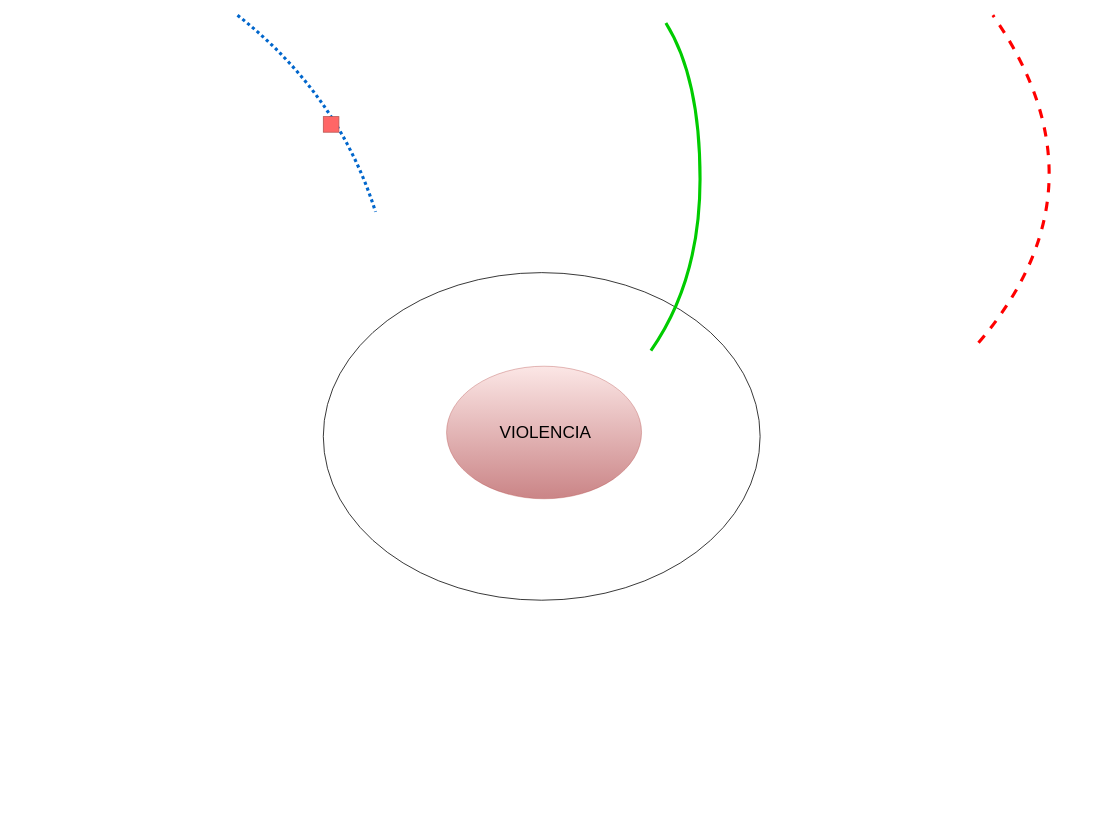
The draw.io diagram Diagrama sin título.drawio in GustavoRoAn/indicadores_de_violencia, before the edit. Source tidied: cells renumbered, new cells numbered last; positions are measured from the earlier drawing's top-left corner, leaving out a move shared by most shapes. Both pictures are drawn from the tidied source at 78%, with x=0, y=0 at pixel (237, 15).
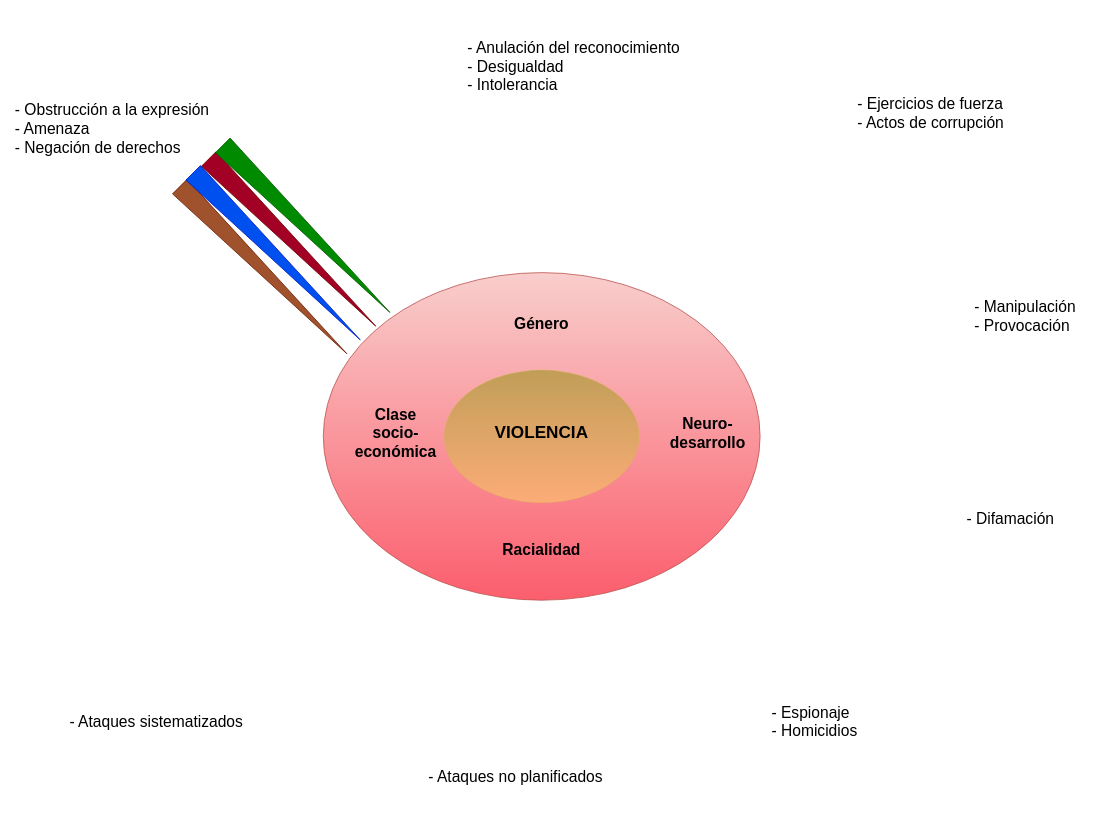
The same page after the edit.

What changed in the source:
```diff
@@
-    <mxCell id="2" style="ellipse;whiteSpace=wrap;html=1;" parent="1" vertex="1">
+    <mxCell id="2" style="ellipse;whiteSpace=wrap;html=1;fillColor=#f8cecc;strokeColor=#b85450;gradientColor=#fb5e6d;" parent="1" vertex="1">
       <mxGeometry x="110" y="330" width="560" height="420" as="geometry" />
     </mxCell>
+    <mxCell id="9" style="group;rotation=90;" parent="1" vertex="1">
+      <mxGeometry x="-53.2" y="163.8" width="288.9" height="280" as="geometry" />
+    </mxCell>
+    <mxCell id="10" style="triangle;whiteSpace=wrap;html=1;rotation=45;fillColor=#a0522d;fontColor=#ffffff;strokeColor=#6D1F00;" parent="9" vertex="1">
+      <mxGeometry x="-65.2" y="149.9" width="302.9" height="26.3" as="geometry" />
+    </mxCell>
+    <mxCell id="11" style="triangle;whiteSpace=wrap;html=1;rotation=45;fillColor=#a20025;fontColor=#ffffff;strokeColor=#6F0000;" parent="9" vertex="1">
+      <mxGeometry x="-28.1" y="114.6" width="302.9" height="26.3" as="geometry" />
+    </mxCell>
+    <mxCell id="12" style="triangle;whiteSpace=wrap;html=1;rotation=45;fillColor=#0050ef;fontColor=#ffffff;strokeColor=#001DBC;" parent="9" vertex="1">
+      <mxGeometry x="-48" y="132.2" width="302.9" height="26.3" as="geometry" />
+    </mxCell>
+    <mxCell id="13" style="triangle;whiteSpace=wrap;html=1;rotation=45;fillColor=#008a00;fontColor=#ffffff;strokeColor=#005700;" parent="9" vertex="1">
+      <mxGeometry x="-10" y="97" width="302.9" height="26.3" as="geometry" />
+    </mxCell>
+    <mxCell id="14" style="group;" parent="1" vertex="1">
+      <mxGeometry x="173" y="380" width="460" height="320" as="geometry" />
+    </mxCell>
-    <mxCell id="3" style="ellipse;whiteSpace=wrap;rounded=0;shadow=0;strokeWidth=1;fillColor=#f8cecc;fontSize=24;align=center;strokeColor=#b85450;opacity=50;fillStyle=auto;gradientColor=#960B0F;html=1;" parent="1" vertex="1">
-      <mxGeometry x="268" y="450" width="250" height="170" as="geometry" />
+    <mxCell id="3" style="ellipse;whiteSpace=wrap;rounded=0;shadow=0;strokeWidth=1;fillColor=#ffd964;fontSize=24;align=center;strokeColor=#d6b656;opacity=50;fillStyle=auto;html=1;gradientColor=#888f01;gradientDirection=north;" parent="14" vertex="1">
+      <mxGeometry x="92" y="75" width="250" height="170" as="geometry" />
     </mxCell>
-    <mxCell id="4" style="edgeStyle=none;curved=1;html=1;endArrow=none;endFill=0;strokeColor=#0066CC;strokeWidth=4;fontSize=24;dashed=1;dashPattern=1 1;" parent="1" edge="1">
-      <mxGeometry relative="1" as="geometry">
-        <mxPoint as="sourcePoint" />
-        <mxPoint x="176.9" y="252.1" as="targetPoint" />
-        <Array as="points">
-          <mxPoint x="130" y="102.1" />
-        </Array>
-      </mxGeometry>
-    </mxCell>
-    <mxCell id="5" style="whiteSpace=wrap;html=1;rounded=0;shadow=0;strokeWidth=1;fillColor=#FF6666;fontSize=24;align=right;strokeColor=#b85450;" parent="1" vertex="1">
-      <mxGeometry x="110" y="130" width="20" height="20" as="geometry" />
-    </mxCell>
-    <mxCell id="6" style="edgeStyle=none;curved=1;html=1;endArrow=none;endFill=0;strokeColor=#FF0000;strokeWidth=4;fontSize=24;dashed=1;" parent="1" edge="1">
-      <mxGeometry relative="1" as="geometry">
-        <mxPoint x="950" y="420" as="sourcePoint" />
-        <mxPoint x="968.4" as="targetPoint" />
-        <Array as="points">
-          <mxPoint x="1121.4" y="220" />
-        </Array>
-      </mxGeometry>
-    </mxCell>
-    <mxCell id="7" style="curved=1;endArrow=none;html=1;fontSize=24;fontColor=#000000;endFill=0;strokeWidth=4;strokeColor=#00CC00;" parent="1" edge="1">
-      <mxGeometry relative="1" as="geometry">
-        <mxPoint x="549.2" y="10" as="sourcePoint" />
-        <mxPoint x="530" y="430" as="targetPoint" />
-        <Array as="points">
-          <mxPoint x="593" y="80" />
-          <mxPoint x="593" y="340" />
-        </Array>
-      </mxGeometry>
-    </mxCell>
-    <mxCell id="8" value="&lt;font style=&quot;font-size: 22px;&quot;&gt;VIOLENCIA&lt;/font&gt;" style="text;strokeColor=none;align=center;fillColor=none;html=1;verticalAlign=middle;whiteSpace=wrap;rounded=0;fontSize=35;" parent="1" vertex="1">
-      <mxGeometry x="220" y="400" width="350" height="260" as="geometry" />
+    <mxCell id="8" value="&lt;font style=&quot;font-size: 22px;&quot;&gt;VIOLENCIA&lt;/font&gt;" style="text;strokeColor=none;align=center;fillColor=none;html=1;verticalAlign=middle;whiteSpace=wrap;rounded=0;fontSize=35;fontStyle=1;" parent="14" vertex="1">
+      <mxGeometry x="142" y="90" width="150" height="120" as="geometry" />
     </mxCell>
+    <mxCell id="15" value="&lt;font style=&quot;font-size: 20px;&quot;&gt;Género&lt;/font&gt;" style="text;strokeColor=none;align=center;fillColor=none;html=1;verticalAlign=middle;whiteSpace=wrap;rounded=0;fontStyle=1;" parent="14" vertex="1">
+      <mxGeometry x="187" width="60" height="30" as="geometry" />
+    </mxCell>
+    <mxCell id="16" value="&lt;font style=&quot;font-size: 20px;&quot;&gt;Racialidad&lt;/font&gt;" style="text;strokeColor=none;align=center;fillColor=none;html=1;verticalAlign=middle;whiteSpace=wrap;rounded=0;fontStyle=1;" parent="14" vertex="1">
+      <mxGeometry x="187" y="290" width="60" height="30" as="geometry" />
+    </mxCell>
+    <mxCell id="17" value="&lt;font style=&quot;font-size: 20px;&quot;&gt;Neuro-desarrollo&lt;/font&gt;" style="text;strokeColor=none;align=center;fillColor=none;html=1;verticalAlign=middle;whiteSpace=wrap;rounded=0;fontStyle=1;" parent="14" vertex="1">
+      <mxGeometry x="400" y="140" width="60" height="30" as="geometry" />
+    </mxCell>
+    <mxCell id="18" value="&lt;font style=&quot;font-size: 20px;&quot;&gt;Clase&lt;br&gt;socio-económica&lt;br&gt;&lt;/font&gt;" style="text;strokeColor=none;align=center;fillColor=none;html=1;verticalAlign=middle;whiteSpace=wrap;rounded=0;fontStyle=1;" parent="14" vertex="1">
+      <mxGeometry y="120" width="60" height="70" as="geometry" />
+    </mxCell>
+    <mxCell id="19" value="&lt;div align=&quot;left&quot;&gt;&lt;font style=&quot;font-size: 20px;&quot;&gt;- Obstrucción a la expresión&lt;/font&gt;&lt;/div&gt;&lt;div align=&quot;left&quot;&gt;&lt;font style=&quot;font-size: 20px;&quot;&gt;- Amenaza&lt;/font&gt;&lt;/div&gt;&lt;div align=&quot;left&quot;&gt;&lt;font style=&quot;font-size: 20px;&quot;&gt;- Negación de derechos&lt;br&gt;&lt;/font&gt;&lt;/div&gt;" style="text;strokeColor=none;align=left;fillColor=none;html=1;verticalAlign=middle;whiteSpace=wrap;rounded=0;fontSize=12;fontFamily=Helvetica;fontColor=default;" parent="1" vertex="1">
+      <mxGeometry x="-287" y="90" width="270" height="110" as="geometry" />
+    </mxCell>
+    <mxCell id="20" value="&lt;font style=&quot;font-size: 20px;&quot;&gt;- Anulación del reconocimiento&lt;/font&gt;&lt;div align=&quot;left&quot;&gt;&lt;font style=&quot;font-size: 20px;&quot;&gt;- Desigualdad&lt;/font&gt;&lt;/div&gt;&lt;div align=&quot;left&quot;&gt;&lt;font style=&quot;font-size: 20px;&quot;&gt;- Intolerancia&lt;br&gt;&lt;/font&gt;&lt;/div&gt;" style="text;strokeColor=none;align=left;fillColor=none;html=1;verticalAlign=middle;whiteSpace=wrap;rounded=0;fontSize=12;fontFamily=Helvetica;fontColor=default;" parent="1" vertex="1">
+      <mxGeometry x="293" y="10" width="320" height="110" as="geometry" />
+    </mxCell>
+    <mxCell id="21" value="&lt;div align=&quot;left&quot;&gt;&lt;font style=&quot;font-size: 20px;&quot;&gt;- Ejercicios de fuerza&lt;/font&gt;&lt;/div&gt;&lt;div align=&quot;left&quot;&gt;&lt;font style=&quot;font-size: 20px;&quot;&gt;- Actos de corrupción&lt;br&gt;&lt;/font&gt;&lt;/div&gt;" style="text;strokeColor=none;align=left;fillColor=none;html=1;verticalAlign=middle;whiteSpace=wrap;rounded=0;fontSize=12;fontFamily=Helvetica;fontColor=default;" parent="1" vertex="1">
+      <mxGeometry x="793" y="70" width="270" height="110" as="geometry" />
+    </mxCell>
+    <mxCell id="22" value="&lt;div align=&quot;left&quot;&gt;&lt;font style=&quot;font-size: 20px;&quot;&gt;- Manipulación&lt;/font&gt;&lt;/div&gt;&lt;div align=&quot;left&quot;&gt;&lt;font style=&quot;font-size: 20px;&quot;&gt;- Provocación&lt;br&gt;&lt;/font&gt;&lt;/div&gt;" style="text;strokeColor=none;align=left;fillColor=none;html=1;verticalAlign=middle;whiteSpace=wrap;rounded=0;fontSize=12;fontFamily=Helvetica;fontColor=default;" parent="1" vertex="1">
+      <mxGeometry x="943" y="330" width="160" height="110" as="geometry" />
+    </mxCell>
+    <mxCell id="23" value="&lt;div align=&quot;left&quot;&gt;&lt;font style=&quot;font-size: 20px;&quot;&gt;- Difamación&lt;br&gt;&lt;/font&gt;&lt;/div&gt;" style="text;strokeColor=none;align=left;fillColor=none;html=1;verticalAlign=middle;whiteSpace=wrap;rounded=0;fontSize=12;fontFamily=Helvetica;fontColor=default;" parent="1" vertex="1">
+      <mxGeometry x="933" y="590" width="150" height="110" as="geometry" />
+    </mxCell>
+    <mxCell id="24" value="&lt;div align=&quot;left&quot;&gt;&lt;font style=&quot;font-size: 20px;&quot;&gt;- Espionaje&lt;/font&gt;&lt;/div&gt;&lt;div align=&quot;left&quot;&gt;&lt;font style=&quot;font-size: 20px;&quot;&gt;- Homicidios&lt;br&gt;&lt;/font&gt;&lt;/div&gt;" style="text;strokeColor=none;align=left;fillColor=none;html=1;verticalAlign=middle;whiteSpace=wrap;rounded=0;fontSize=12;fontFamily=Helvetica;fontColor=default;" parent="1" vertex="1">
+      <mxGeometry x="683" y="850" width="140" height="110" as="geometry" />
+    </mxCell>
+    <mxCell id="25" value="&lt;div align=&quot;left&quot;&gt;&lt;font style=&quot;font-size: 20px;&quot;&gt;- Ataques no planificados&lt;br&gt;&lt;/font&gt;&lt;/div&gt;" style="text;strokeColor=none;align=left;fillColor=none;html=1;verticalAlign=middle;whiteSpace=wrap;rounded=0;fontSize=12;fontFamily=Helvetica;fontColor=default;" parent="1" vertex="1">
+      <mxGeometry x="243" y="920" width="230" height="110" as="geometry" />
+    </mxCell>
+    <mxCell id="26" value="&lt;div align=&quot;left&quot;&gt;&lt;font style=&quot;font-size: 20px;&quot;&gt;- Ataques sistematizados&lt;br&gt;&lt;/font&gt;&lt;/div&gt;" style="text;strokeColor=none;align=left;fillColor=none;html=1;verticalAlign=middle;whiteSpace=wrap;rounded=0;fontSize=12;fontFamily=Helvetica;fontColor=default;" parent="1" vertex="1">
+      <mxGeometry x="-217" y="850" width="240" height="110" as="geometry" />
+    </mxCell>
```
